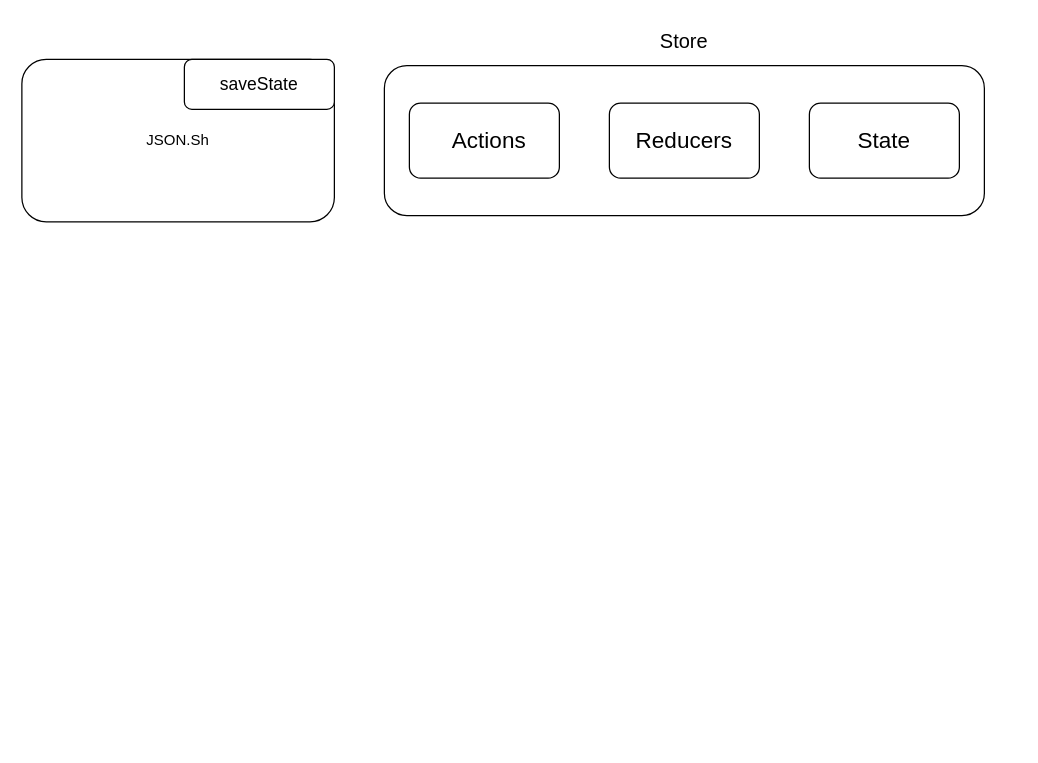
This is Diagrama sin título.drawio from myrnitax/react-portfolio, a draw.io file, before an edit. Source tidied: cells renumbered, new cells numbered last; positions are measured from the earlier drawing's top-left corner, leaving out a move shared by most shapes. Both pictures are drawn from the tidied source at 125%, with x=0, y=0 at pixel (21, 21).
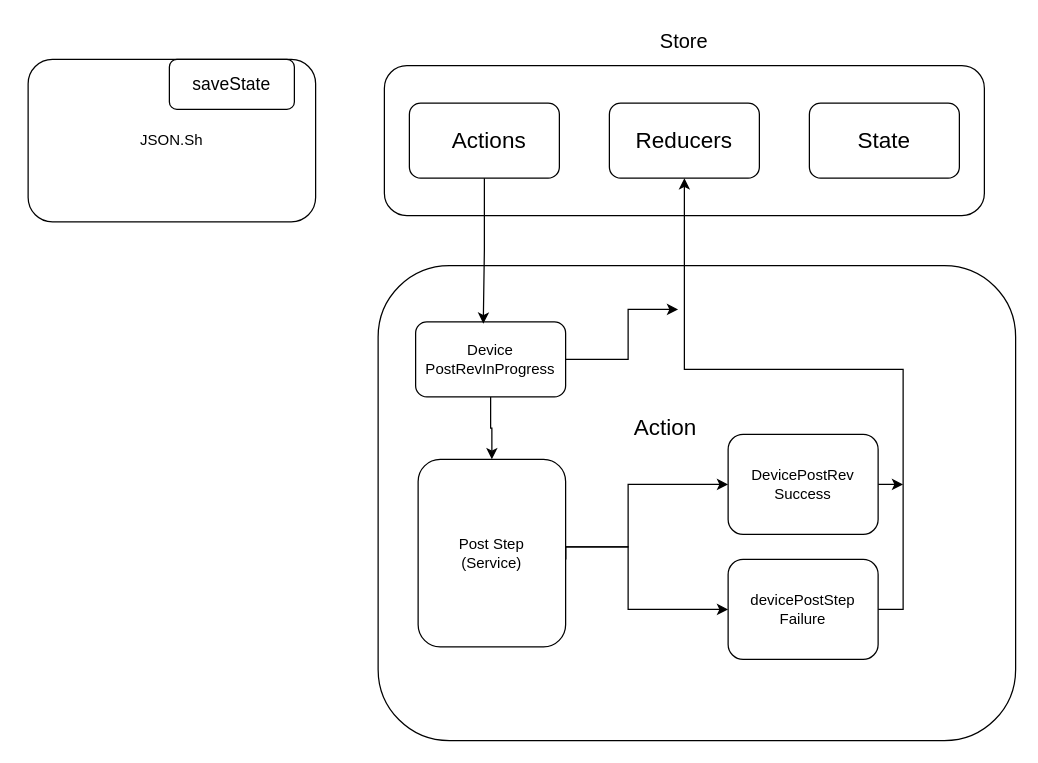
After the change.

The change refers to these unchanged cells:
```xml
<mxCell id="5" style="rounded=1;whiteSpace=wrap;html=1;" parent="1" vertex="1">
  <mxGeometry x="310" y="65" width="120" height="60" as="geometry" />
</mxCell>
<mxCell id="6" style="rounded=1;whiteSpace=wrap;html=1;" parent="1" vertex="1">
  <mxGeometry x="470" y="65" width="120" height="60" as="geometry" />
</mxCell>
```

Change to the diagram source:
```diff
@@
     <mxCell id="3" value="JSON.Sh" style="rounded=1;whiteSpace=wrap;html=1;" parent="1" vertex="1">
-      <mxGeometry y="30" width="250" height="130" as="geometry" />
+      <mxGeometry x="5" y="30" width="230" height="130" as="geometry" />
     </mxCell>
     <mxCell id="4" value="&lt;font style=&quot;font-size: 14px;&quot;&gt;saveState&lt;/font&gt;" style="rounded=1;whiteSpace=wrap;html=1;" parent="1" vertex="1">
-      <mxGeometry x="130" y="30" width="120" height="40" as="geometry" />
+      <mxGeometry x="118" y="30" width="100" height="40" as="geometry" />
     </mxCell>
@@
+    <mxCell id="13" style="rounded=1;whiteSpace=wrap;html=1;" parent="1" vertex="1">
+      <mxGeometry x="285" y="195" width="510" height="380" as="geometry" />
+    </mxCell>
+    <mxCell id="14" style="edgeStyle=orthogonalEdgeStyle;rounded=0;jettySize=auto;html=1;exitX=1;exitY=0.5;exitDx=0;exitDy=0;" parent="1" edge="1" source="16">
+      <mxGeometry relative="1" as="geometry">
+        <mxPoint x="525" y="230" as="targetPoint" />
+        <Array as="points">
+          <mxPoint x="485" y="270" />
+          <mxPoint x="485" y="230" />
+        </Array>
+      </mxGeometry>
+    </mxCell>
+    <mxCell id="15" style="edgeStyle=orthogonalEdgeStyle;rounded=0;jettySize=auto;html=1;exitX=0.5;exitY=1;exitDx=0;exitDy=0;entryX=0.5;entryY=0;entryDx=0;entryDy=0;" parent="1" edge="1" source="16" target="18">
+      <mxGeometry relative="1" as="geometry" />
+    </mxCell>
+    <mxCell id="16" value="Device&lt;br&gt;PostRevInProgress" style="rounded=1;whiteSpace=wrap;html=1;" parent="1" vertex="1">
+      <mxGeometry x="315" y="240" width="120" height="60" as="geometry" />
+    </mxCell>
+    <mxCell id="17" style="edgeStyle=orthogonalEdgeStyle;rounded=0;jettySize=auto;html=1;" parent="1" edge="1" target="20">
+      <mxGeometry relative="1" as="geometry">
+        <mxPoint x="435" y="430" as="sourcePoint" />
+        <Array as="points">
+          <mxPoint x="435" y="420" />
+          <mxPoint x="485" y="420" />
+          <mxPoint x="485" y="370" />
+        </Array>
+      </mxGeometry>
+    </mxCell>
+    <mxCell id="18" value="Post Step&lt;br&gt;(Service)" style="rounded=1;whiteSpace=wrap;html=1;" parent="1" vertex="1">
+      <mxGeometry x="317" y="350" width="118" height="150" as="geometry" />
+    </mxCell>
+    <mxCell id="19" style="edgeStyle=orthogonalEdgeStyle;rounded=0;jettySize=auto;html=1;exitX=1;exitY=0.5;exitDx=0;exitDy=0;" parent="1" edge="1" source="20">
+      <mxGeometry relative="1" as="geometry">
+        <mxPoint x="705" y="370" as="targetPoint" />
+      </mxGeometry>
+    </mxCell>
+    <mxCell id="20" value="DevicePostRev&lt;br&gt;Success" style="rounded=1;whiteSpace=wrap;html=1;" parent="1" vertex="1">
+      <mxGeometry x="565" y="330" width="120" height="80" as="geometry" />
+    </mxCell>
+    <mxCell id="21" style="edgeStyle=orthogonalEdgeStyle;rounded=0;jettySize=auto;html=1;exitX=1;exitY=0.5;exitDx=0;exitDy=0;entryX=0.5;entryY=1;entryDx=0;entryDy=0;" parent="1" edge="1" source="22" target="6">
+      <mxGeometry relative="1" as="geometry">
+        <Array as="points">
+          <mxPoint x="705" y="470" />
+          <mxPoint x="705" y="278" />
+          <mxPoint x="530" y="278" />
+        </Array>
+      </mxGeometry>
+    </mxCell>
+    <mxCell id="22" value="devicePostStep&lt;br&gt;Failure" style="rounded=1;whiteSpace=wrap;html=1;" parent="1" vertex="1">
+      <mxGeometry x="565" y="430" width="120" height="80" as="geometry" />
+    </mxCell>
+    <mxCell id="23" style="edgeStyle=orthogonalEdgeStyle;rounded=0;orthogonalLoop=1;jettySize=auto;html=1;" parent="1" edge="1">
+      <mxGeometry relative="1" as="geometry">
+        <mxPoint x="435" y="430" as="sourcePoint" />
+        <mxPoint x="565" y="470" as="targetPoint" />
+        <Array as="points">
+          <mxPoint x="435" y="420" />
+          <mxPoint x="485" y="420" />
+          <mxPoint x="485" y="470" />
+        </Array>
+      </mxGeometry>
+    </mxCell>
+    <mxCell id="24" value="&lt;font style=&quot;font-size: 18px;&quot;&gt;Action&lt;/font&gt;" style="text;html=1;strokeColor=none;fillColor=none;align=center;verticalAlign=middle;whiteSpace=wrap;rounded=0;" parent="1" vertex="1">
+      <mxGeometry x="485" y="310" width="60" height="30" as="geometry" />
+    </mxCell>
+    <mxCell id="25" style="edgeStyle=orthogonalEdgeStyle;rounded=0;jettySize=auto;html=1;exitX=0.5;exitY=1;exitDx=0;exitDy=0;entryX=0.451;entryY=0.024;entryDx=0;entryDy=0;entryPerimeter=0;" parent="1" edge="1" source="5" target="16">
+      <mxGeometry relative="1" as="geometry" />
+    </mxCell>
```
